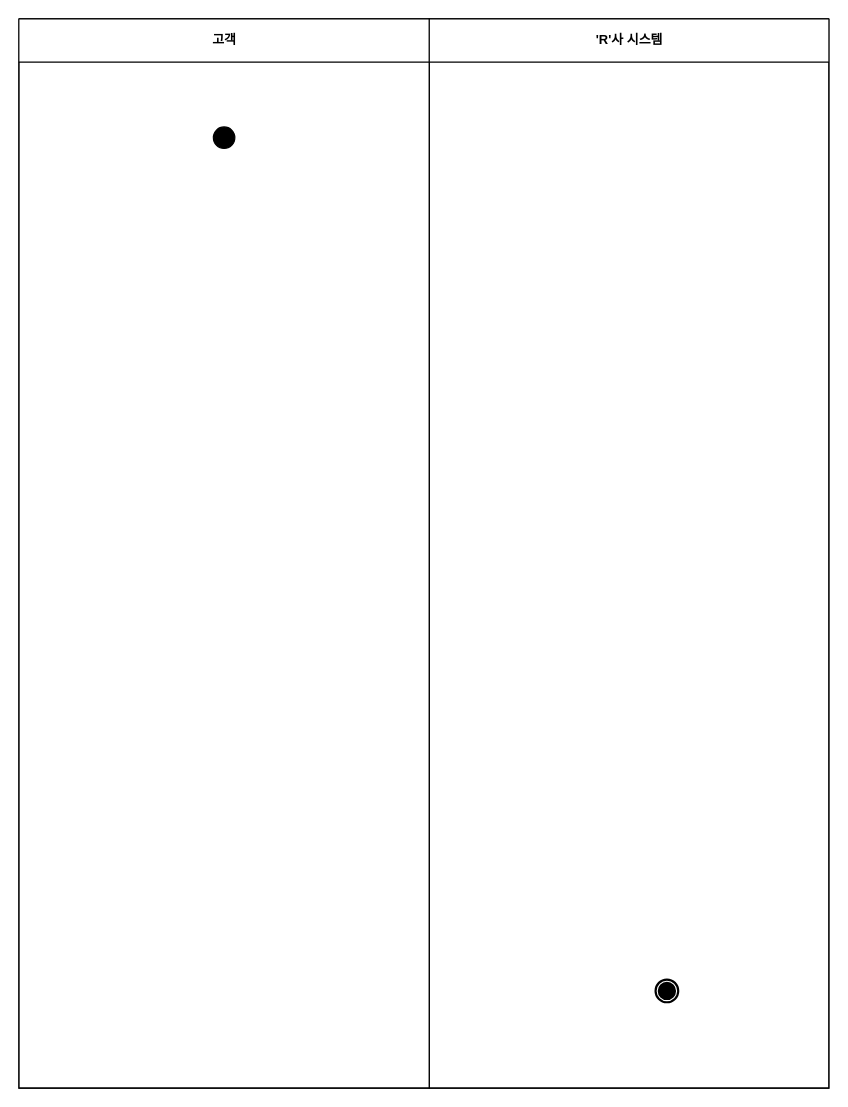
Before: 시분설_5번_activity.drawio in dbsrudrla/diagram, a draw.io diagram. Source tidied: cells renumbered, new cells numbered last; positions are measured from the earlier drawing's top-left corner, leaving out a move shared by most shapes. Both pictures are drawn from the tidied source at 108%, with x=0, y=0 at pixel (18, 18).
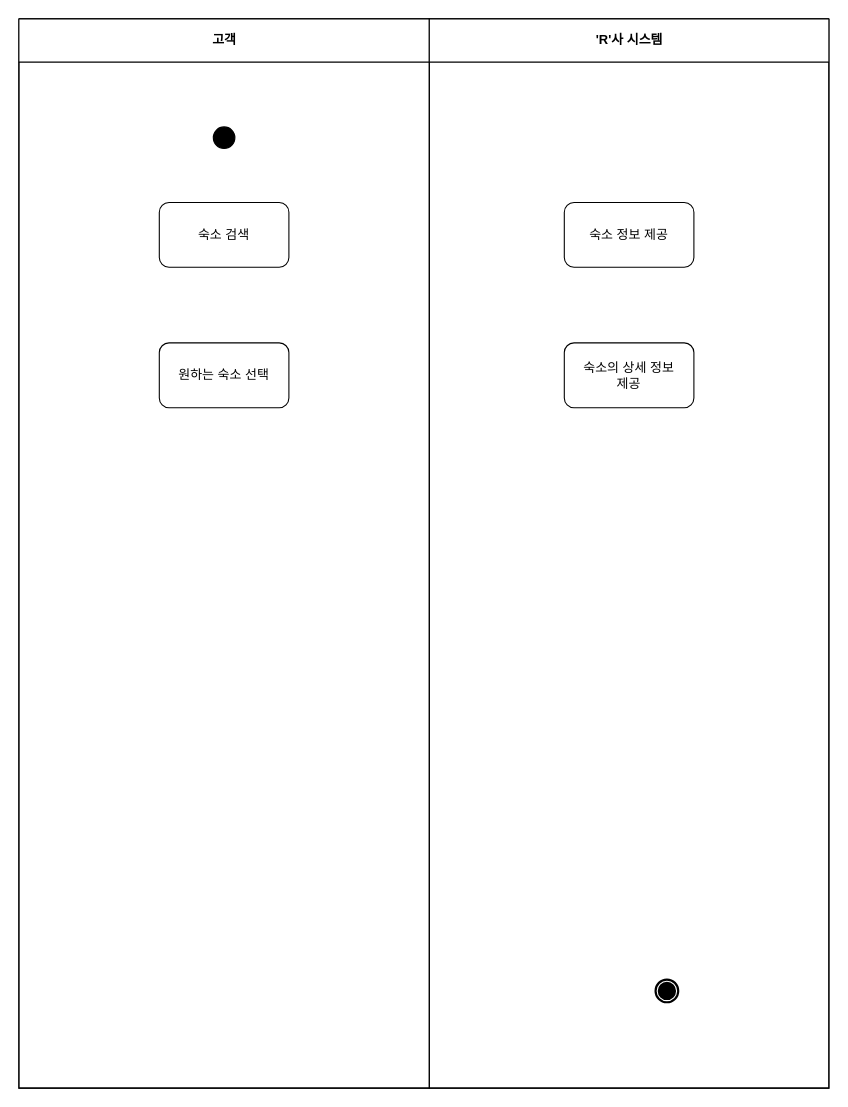
Above is the later version.

Commit message (it also covers changes not shown here):
시분설_5번_activity.drawio 업데이트

Diff of the diagram source:
```diff
@@
 <mxGraphModel>
   <root>
     <mxCell id="0" />
     <mxCell id="1" parent="0" />
     <mxCell id="2" style="swimlane;html=1;startSize=0;rounded=0;shadow=0;comic=0;labelBackgroundColor=none;strokeWidth=1;fontFamily=Verdana;fontSize=12;align=center;" parent="1" vertex="1">
       <mxGeometry width="750" height="990" as="geometry" />
     </mxCell>
     <mxCell id="3" value="고객" style="swimlane;html=1;startSize=40;" parent="2" vertex="1">
       <mxGeometry width="380" height="990" as="geometry" />
     </mxCell>
     <mxCell id="4" style="ellipse;whiteSpace=wrap;html=1;rounded=0;shadow=0;comic=0;labelBackgroundColor=none;strokeWidth=1;fillColor=#000000;fontFamily=Verdana;fontSize=12;align=center;" parent="3" vertex="1">
       <mxGeometry x="180" y="100" width="20" height="20" as="geometry" />
     </mxCell>
+    <mxCell id="7" value="숙소 검색" style="rounded=1;whiteSpace=wrap;html=1;" parent="3" vertex="1">
+      <mxGeometry x="130" y="170" width="120" height="60" as="geometry" />
+    </mxCell>
+    <mxCell id="8" value="원하는 숙소 선택" style="rounded=1;whiteSpace=wrap;html=1;" parent="3" vertex="1">
+      <mxGeometry x="130" y="300" width="120" height="60" as="geometry" />
+    </mxCell>
     <mxCell id="5" value="'R'사 시스템" style="swimlane;html=1;startSize=40;" parent="2" vertex="1">
       <mxGeometry x="380" width="370" height="990" as="geometry" />
     </mxCell>
     <mxCell id="6" style="shape=mxgraph.bpmn.shape;html=1;verticalLabelPosition=bottom;labelBackgroundColor=#ffffff;verticalAlign=top;perimeter=ellipsePerimeter;outline=end;symbol=terminate;rounded=0;shadow=0;comic=0;strokeWidth=1;fontFamily=Verdana;fontSize=12;align=center;" parent="5" vertex="1">
       <mxGeometry x="210" y="890" width="20" height="20" as="geometry" />
     </mxCell>
+    <mxCell id="9" value="숙소 정보 제공" style="rounded=1;whiteSpace=wrap;html=1;" parent="5" vertex="1">
+      <mxGeometry x="125" y="170" width="120" height="60" as="geometry" />
+    </mxCell>
+    <mxCell id="10" value="숙소의 상세 정보 &lt;br&gt;제공" style="rounded=1;whiteSpace=wrap;html=1;" parent="5" vertex="1">
+      <mxGeometry x="125" y="300" width="120" height="60" as="geometry" />
+    </mxCell>
   </root>
 </mxGraphModel>
```
